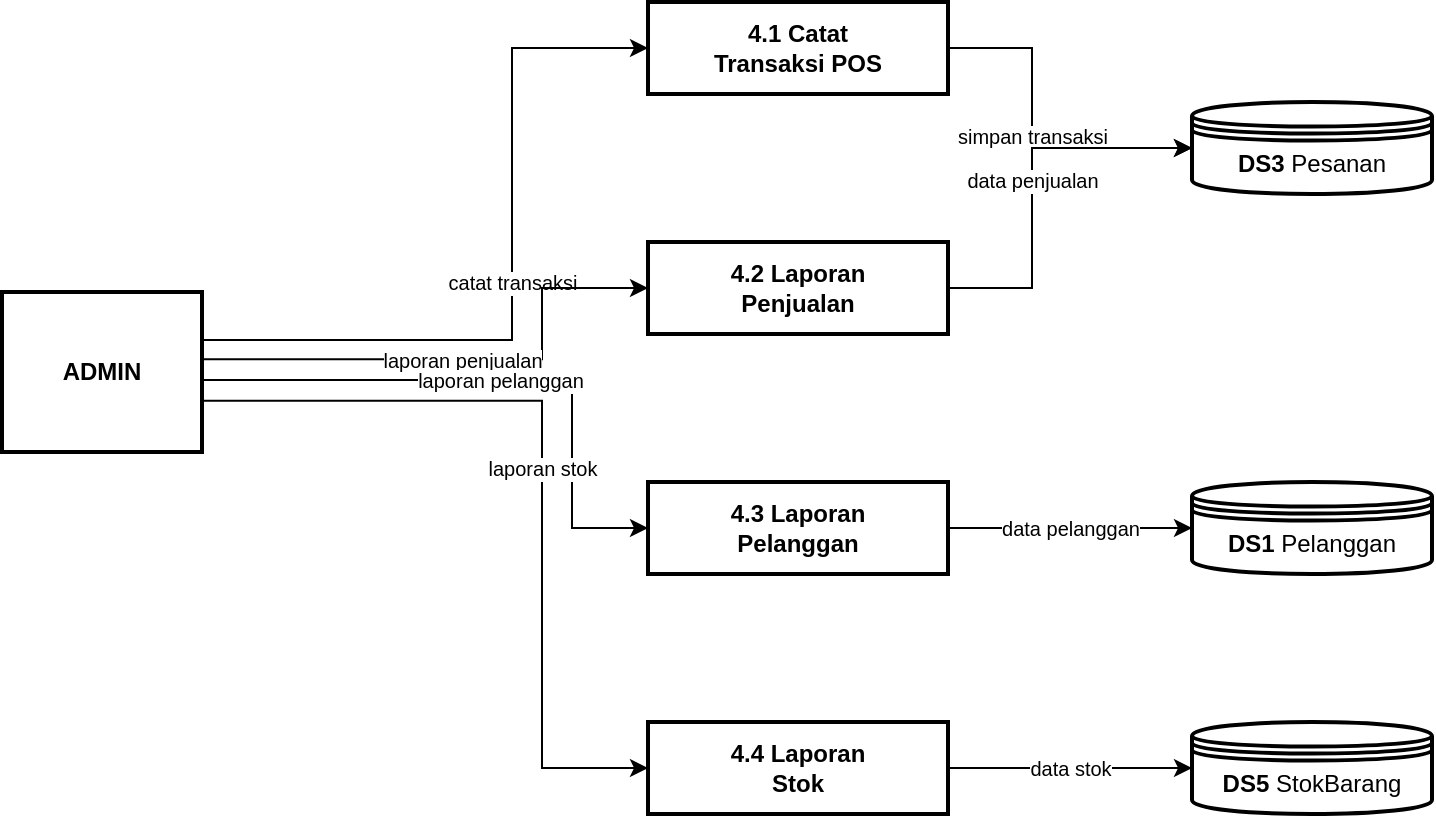
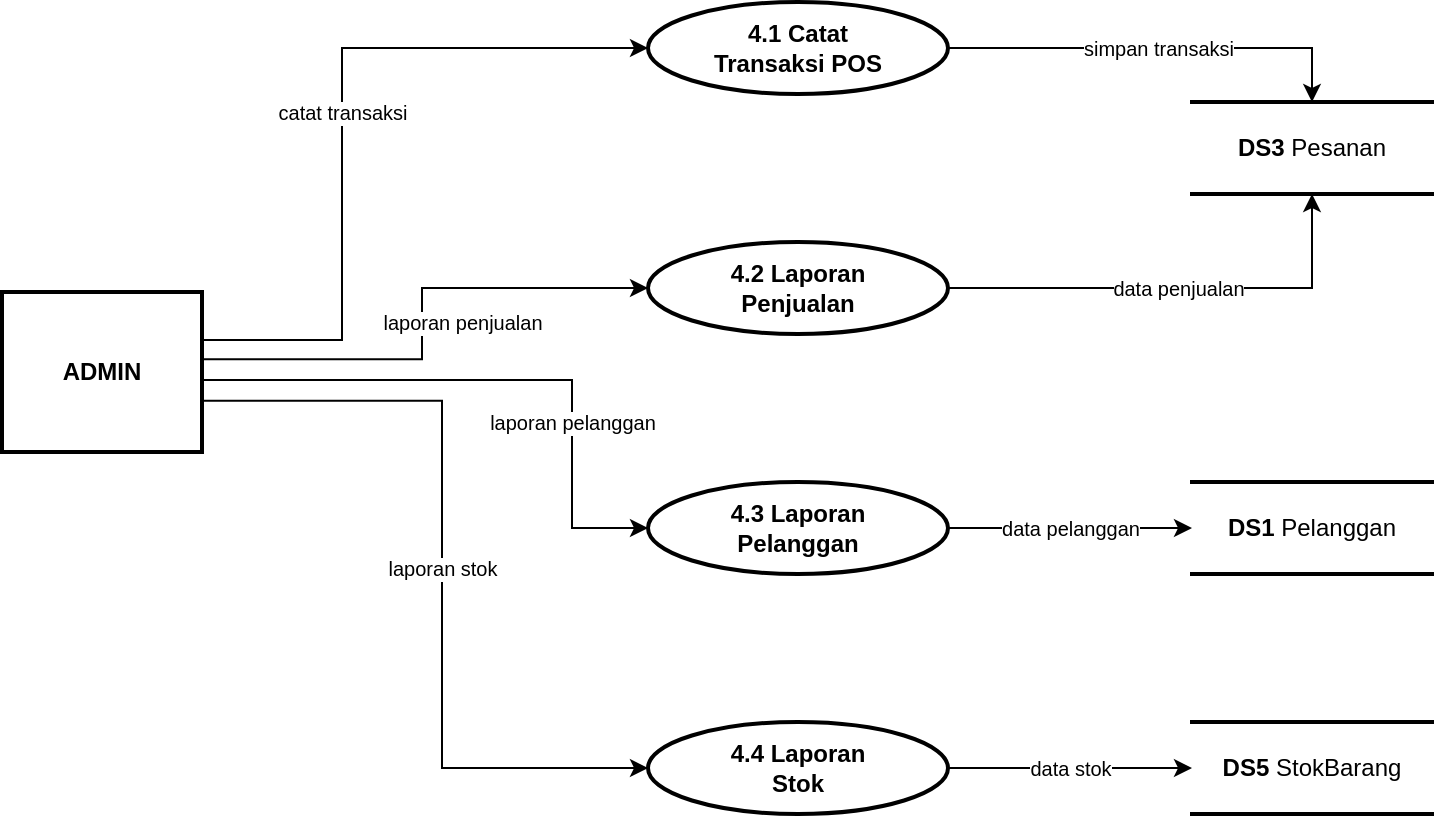
<mxfile host="app.diagrams.net">
-   <diagram name="Halaman-1" id="d5">
-     <mxGraphModel dx="1030" dy="1008" grid="0" gridSize="10" guides="1" tooltips="1" connect="1" arrows="1" fold="1" page="0" pageScale="1" pageWidth="900" pageHeight="600" math="0" shadow="0">
+   <diagram name="Halaman-1" id="fM0UbCrLWW6ai1Zt90ew">
+     <mxGraphModel>
      <root>
        <mxCell id="0" />
        <mxCell id="1" parent="0" />
-         <mxCell id="admin" parent="1" style="rounded=0;whiteSpace=wrap;html=1;fillColor=#FFFFFF;strokeColor=#000000;fontColor=#000000;strokeWidth=2;" value="&lt;b&gt;ADMIN&lt;/b&gt;" vertex="1">
-           <mxGeometry height="80" width="100" x="-95" y="195" as="geometry" />
-         </mxCell>
-         <mxCell id="p41" parent="1" style="rounded=0;whiteSpace=wrap;html=1;fillColor=#FFFFFF;strokeColor=#000000;fontColor=#000000;strokeWidth=2;" value="&lt;b&gt;4.1 Catat&lt;br&gt;Transaksi POS&lt;/b&gt;" vertex="1">
-           <mxGeometry height="46" width="150" x="228" y="50" as="geometry" />
-         </mxCell>
-         <mxCell id="p42" parent="1" style="rounded=0;whiteSpace=wrap;html=1;fillColor=#FFFFFF;strokeColor=#000000;fontColor=#000000;strokeWidth=2;" value="&lt;b&gt;4.2 Laporan&lt;br&gt;Penjualan&lt;/b&gt;" vertex="1">
-           <mxGeometry height="46" width="150" x="228" y="170" as="geometry" />
-         </mxCell>
-         <mxCell id="p43" parent="1" style="rounded=0;whiteSpace=wrap;html=1;fillColor=#FFFFFF;strokeColor=#000000;fontColor=#000000;strokeWidth=2;" value="&lt;b&gt;4.3 Laporan&lt;br&gt;Pelanggan&lt;/b&gt;" vertex="1">
-           <mxGeometry height="46" width="150" x="228" y="290" as="geometry" />
-         </mxCell>
-         <mxCell id="p44" parent="1" style="rounded=0;whiteSpace=wrap;html=1;fillColor=#FFFFFF;strokeColor=#000000;fontColor=#000000;strokeWidth=2;" value="&lt;b&gt;4.4 Laporan&lt;br&gt;Stok&lt;/b&gt;" vertex="1">
-           <mxGeometry height="46" width="150" x="228" y="410" as="geometry" />
-         </mxCell>
-         <mxCell id="ds3" parent="1" style="shape=datastore;whiteSpace=wrap;html=1;fillColor=#FFFFFF;strokeColor=#000000;fontColor=#000000;strokeWidth=2;" value="&lt;b&gt;DS3&lt;/b&gt; Pesanan" vertex="1">
-           <mxGeometry height="46" width="120" x="500" y="100" as="geometry" />
-         </mxCell>
-         <mxCell id="ds1" parent="1" style="shape=datastore;whiteSpace=wrap;html=1;fillColor=#FFFFFF;strokeColor=#000000;fontColor=#000000;strokeWidth=2;" value="&lt;b&gt;DS1&lt;/b&gt; Pelanggan" vertex="1">
-           <mxGeometry height="46" width="120" x="500" y="290" as="geometry" />
-         </mxCell>
-         <mxCell id="ds5" parent="1" style="shape=datastore;whiteSpace=wrap;html=1;fillColor=#FFFFFF;strokeColor=#000000;fontColor=#000000;strokeWidth=2;" value="&lt;b&gt;DS5&lt;/b&gt; StokBarang" vertex="1">
-           <mxGeometry height="46" width="120" x="500" y="410" as="geometry" />
+ 
+         <mxCell id="2" parent="1" style="rounded=0;whiteSpace=wrap;html=1;fillColor=#FFFFFF;strokeColor=#000000;fontColor=#000000;strokeWidth=2;" value="&lt;b&gt;ADMIN&lt;/b&gt;" vertex="1">
+           <mxGeometry height="80" width="100" x="140" y="995" as="geometry" />
        </mxCell>

-         <mxCell id="a1" edge="1" parent="1" source="admin" style="html=1;fontColor=#000000;strokeColor=#000000;fontSize=10;exitX=1;exitY=0.3;edgeStyle=orthogonalEdgeStyle;curved=0;exitDx=0;exitDy=0;rounded=0;" target="p41" value="catat transaksi">
+         <mxCell id="3" parent="1" style="ellipse;whiteSpace=wrap;html=1;fillColor=#FFFFFF;strokeColor=#000000;fontColor=#000000;strokeWidth=2;" value="&lt;b&gt;4.1 Catat&lt;br&gt;Transaksi POS&lt;/b&gt;" vertex="1">
+           <mxGeometry height="46" width="150" x="463" y="850" as="geometry" />
+         </mxCell>
+         <mxCell id="4" parent="1" style="ellipse;whiteSpace=wrap;html=1;fillColor=#FFFFFF;strokeColor=#000000;fontColor=#000000;strokeWidth=2;" value="&lt;b&gt;4.2 Laporan&lt;br&gt;Penjualan&lt;/b&gt;" vertex="1">
+           <mxGeometry height="46" width="150" x="463" y="970" as="geometry" />
+         </mxCell>
+         <mxCell id="5" parent="1" style="ellipse;whiteSpace=wrap;html=1;fillColor=#FFFFFF;strokeColor=#000000;fontColor=#000000;strokeWidth=2;" value="&lt;b&gt;4.3 Laporan&lt;br&gt;Pelanggan&lt;/b&gt;" vertex="1">
+           <mxGeometry height="46" width="150" x="463" y="1090" as="geometry" />
+         </mxCell>
+         <mxCell id="6" parent="1" style="ellipse;whiteSpace=wrap;html=1;fillColor=#FFFFFF;strokeColor=#000000;fontColor=#000000;strokeWidth=2;" value="&lt;b&gt;4.4 Laporan&lt;br&gt;Stok&lt;/b&gt;" vertex="1">
+           <mxGeometry height="46" width="150" x="463" y="1210" as="geometry" />
+         </mxCell>
+ 
+         <mxCell id="7" parent="1" style="shape=partialRectangle;right=0;left=0;whiteSpace=wrap;html=1;fillColor=#FFFFFF;strokeColor=#000000;fontColor=#000000;strokeWidth=2;" value="&lt;b&gt;DS3&lt;/b&gt; Pesanan" vertex="1">
+           <mxGeometry height="46" width="120" x="735" y="900" as="geometry" />
+         </mxCell>
+         <mxCell id="8" parent="1" style="shape=partialRectangle;right=0;left=0;whiteSpace=wrap;html=1;fillColor=#FFFFFF;strokeColor=#000000;fontColor=#000000;strokeWidth=2;" value="&lt;b&gt;DS1&lt;/b&gt; Pelanggan" vertex="1">
+           <mxGeometry height="46" width="120" x="735" y="1090" as="geometry" />
+         </mxCell>
+         <mxCell id="9" parent="1" style="shape=partialRectangle;right=0;left=0;whiteSpace=wrap;html=1;fillColor=#FFFFFF;strokeColor=#000000;fontColor=#000000;strokeWidth=2;" value="&lt;b&gt;DS5&lt;/b&gt; StokBarang" vertex="1">
+           <mxGeometry height="46" width="120" x="735" y="1210" as="geometry" />
+         </mxCell>
+ 
+         <mxCell id="10" edge="1" parent="1" source="2" style="html=1;fontColor=#000000;strokeColor=#000000;fontSize=10;exitX=1;exitY=0.3;edgeStyle=orthogonalEdgeStyle;curved=0;exitDx=0;exitDy=0;rounded=0;" target="3" value="catat transaksi">
          <mxGeometry relative="1" as="geometry">
-             <Array as="points">
-               <mxPoint x="160" y="219" />
-               <mxPoint x="160" y="73" />
-             </Array>
+             <Array as="points"><mxPoint x="310" y="1019" /><mxPoint x="310" y="873" /></Array>
          </mxGeometry>
        </mxCell>
-         <mxCell id="a2" edge="1" parent="1" source="admin" style="html=1;fontColor=#000000;strokeColor=#000000;fontSize=10;exitX=1;exitY=0.42;edgeStyle=orthogonalEdgeStyle;curved=0;exitDx=0;exitDy=0;rounded=0;" target="p42" value="laporan penjualan">
-           <mxGeometry relative="1" as="geometry">
-             <Array as="points">
-               <mxPoint x="175" y="229" />
-               <mxPoint x="175" y="193" />
-             </Array>
+         <mxCell id="11" edge="1" parent="1" source="2" style="html=1;fontColor=#000000;strokeColor=#000000;fontSize=10;exitX=1;exitY=0.42;edgeStyle=orthogonalEdgeStyle;curved=0;exitDx=0;exitDy=0;rounded=0;" target="4" value="laporan penjualan">
+           <mxGeometry relative="1" x="0.2807" y="-17" as="geometry">
+             <mxPoint as="offset" />
+             <Array as="points"><mxPoint x="350" y="1029" /><mxPoint x="350" y="993" /></Array>
          </mxGeometry>
        </mxCell>
-         <mxCell id="a3" edge="1" parent="1" source="admin" style="html=1;fontColor=#000000;strokeColor=#000000;fontSize=10;exitX=1;exitY=0.55;edgeStyle=orthogonalEdgeStyle;curved=0;exitDx=0;exitDy=0;rounded=0;" target="p43" value="laporan pelanggan">
-           <mxGeometry relative="1" as="geometry">
-             <Array as="points">
-               <mxPoint x="190" y="239" />
-               <mxPoint x="190" y="313" />
-             </Array>
+         <mxCell id="12" edge="1" parent="1" source="2" style="html=1;fontColor=#000000;strokeColor=#000000;fontSize=10;exitX=1;exitY=0.55;edgeStyle=orthogonalEdgeStyle;curved=0;exitDx=0;exitDy=0;rounded=0;" target="5" value="laporan pelanggan">
+           <mxGeometry relative="1" x="0.3872" as="geometry">
+             <mxPoint as="offset" />
+             <Array as="points"><mxPoint x="425" y="1039" /><mxPoint x="425" y="1113" /></Array>
          </mxGeometry>
        </mxCell>
-         <mxCell id="a4" edge="1" parent="1" source="admin" style="html=1;fontColor=#000000;strokeColor=#000000;fontSize=10;exitX=1;exitY=0.68;edgeStyle=orthogonalEdgeStyle;curved=0;exitDx=0;exitDy=0;rounded=0;" target="p44" value="laporan stok">
+         <mxCell id="13" edge="1" parent="1" source="2" style="html=1;fontColor=#000000;strokeColor=#000000;fontSize=10;exitX=1;exitY=0.68;edgeStyle=orthogonalEdgeStyle;curved=0;exitDx=0;exitDy=0;rounded=0;" target="6" value="laporan stok">
          <mxGeometry relative="1" as="geometry">
-             <Array as="points">
-               <mxPoint x="175" y="249" />
-               <mxPoint x="175" y="433" />
-             </Array>
+             <Array as="points"><mxPoint x="360" y="1049" /><mxPoint x="360" y="1233" /></Array>
          </mxGeometry>
        </mxCell>
- 
-         <mxCell id="d1" edge="1" parent="1" source="p41" style="html=1;fontColor=#000000;strokeColor=#000000;fontSize=10;exitX=1;exitY=0.5;edgeStyle=orthogonalEdgeStyle;curved=0;exitDx=0;exitDy=0;rounded=0;" target="ds3" value="simpan transaksi">
+         <mxCell id="14" edge="1" parent="1" source="3" style="html=1;fontColor=#000000;strokeColor=#000000;fontSize=10;exitX=1;exitY=0.5;edgeStyle=orthogonalEdgeStyle;curved=0;exitDx=0;exitDy=0;rounded=0;" target="7" value="simpan transaksi">
          <mxGeometry relative="1" as="geometry">
-             <Array as="points">
-               <mxPoint x="420" y="73" />
-               <mxPoint x="420" y="123" />
-               <mxPoint x="500" y="123" />
-             </Array>
+             <Array as="points"><mxPoint x="795" y="873" /></Array>
          </mxGeometry>
        </mxCell>
-         <mxCell id="d2" edge="1" parent="1" source="p42" style="html=1;fontColor=#000000;strokeColor=#000000;fontSize=10;exitX=1;exitY=0.5;edgeStyle=orthogonalEdgeStyle;curved=0;exitDx=0;exitDy=0;rounded=0;" target="ds3" value="data penjualan">
+         <mxCell id="15" edge="1" parent="1" source="4" style="html=1;fontColor=#000000;strokeColor=#000000;fontSize=10;exitX=1;exitY=0.5;edgeStyle=orthogonalEdgeStyle;curved=0;exitDx=0;exitDy=0;rounded=0;" target="7" value="data penjualan">
          <mxGeometry relative="1" as="geometry">
-             <Array as="points">
-               <mxPoint x="420" y="193" />
-               <mxPoint x="420" y="123" />
-               <mxPoint x="500" y="123" />
-             </Array>
+             <Array as="points"><mxPoint x="795" y="993" /></Array>
          </mxGeometry>
        </mxCell>
-         <mxCell id="d3" edge="1" parent="1" source="p43" style="html=1;fontColor=#000000;strokeColor=#000000;fontSize=10;exitX=1;exitY=0.5;edgeStyle=orthogonalEdgeStyle;curved=0;exitDx=0;exitDy=0;rounded=0;" target="ds1" value="data pelanggan">
+         <mxCell id="16" edge="1" parent="1" source="5" style="html=1;fontColor=#000000;strokeColor=#000000;fontSize=10;exitX=1;exitY=0.5;edgeStyle=orthogonalEdgeStyle;curved=0;exitDx=0;exitDy=0;rounded=0;" target="8" value="data pelanggan">
          <mxGeometry relative="1" as="geometry">
-             <Array as="points">
-               <mxPoint x="420" y="313" />
-               <mxPoint x="420" y="313" />
-             </Array>
+             <Array as="points"><mxPoint x="655" y="1113" /><mxPoint x="655" y="1113" /></Array>
          </mxGeometry>
        </mxCell>
-         <mxCell id="d4" edge="1" parent="1" source="p44" style="html=1;fontColor=#000000;strokeColor=#000000;fontSize=10;exitX=1;exitY=0.5;edgeStyle=orthogonalEdgeStyle;curved=0;exitDx=0;exitDy=0;rounded=0;" target="ds5" value="data stok">
+         <mxCell id="17" edge="1" parent="1" source="6" style="html=1;fontColor=#000000;strokeColor=#000000;fontSize=10;exitX=1;exitY=0.5;edgeStyle=orthogonalEdgeStyle;curved=0;exitDx=0;exitDy=0;rounded=0;" target="9" value="data stok">
          <mxGeometry relative="1" as="geometry">
-             <Array as="points">
-               <mxPoint x="420" y="433" />
-               <mxPoint x="420" y="433" />
-             </Array>
+             <Array as="points"><mxPoint x="655" y="1233" /><mxPoint x="655" y="1233" /></Array>
          </mxGeometry>
        </mxCell>
      </root>
    </mxGraphModel>
  </diagram>
- </mxfile>
+ </mxfile>